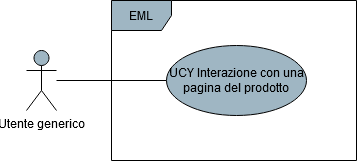
Earlier version of the draw.io export DocumentazioneEsterna/AnalisiDeiRequisiti/res/UseCase/Immagini/InterazionePaginaProdottoGenerale.png (Omicron-Team/Documentazione). Source tidied: cells renumbered, new cells last; positions are measured from the earlier drawing's top-left corner, leaving out a move shared by most shapes.
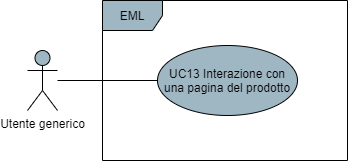
After the change.

What changed in the source:
```diff
@@ -6,12 +6,12 @@
       <mxGeometry relative="1" as="geometry" />
     </mxCell>
     <mxCell id="3" value="Utente generico" style="shape=umlActor;verticalLabelPosition=bottom;verticalAlign=top;html=1;fillColor=#9FB6C3;" parent="1" vertex="1">
-      <mxGeometry y="50" width="30" height="60" as="geometry" />
+      <mxGeometry x="10" y="50" width="30" height="60" as="geometry" />
     </mxCell>
     <mxCell id="4" value="EML" style="shape=umlFrame;whiteSpace=wrap;html=1;fillColor=#9FB6C3;" parent="1" vertex="1">
       <mxGeometry x="85" width="245" height="160" as="geometry" />
     </mxCell>
-    <mxCell id="5" value="UCY Interazione con una pagina del prodotto" style="ellipse;whiteSpace=wrap;html=1;fillColor=#9FB6C3;" parent="1" vertex="1">
+    <mxCell id="5" value="UC13 Interazione con una pagina del prodotto" style="ellipse;whiteSpace=wrap;html=1;fillColor=#9FB6C3;" parent="1" vertex="1">
       <mxGeometry x="140" y="45" width="140" height="70" as="geometry" />
     </mxCell>
   </root>
```
